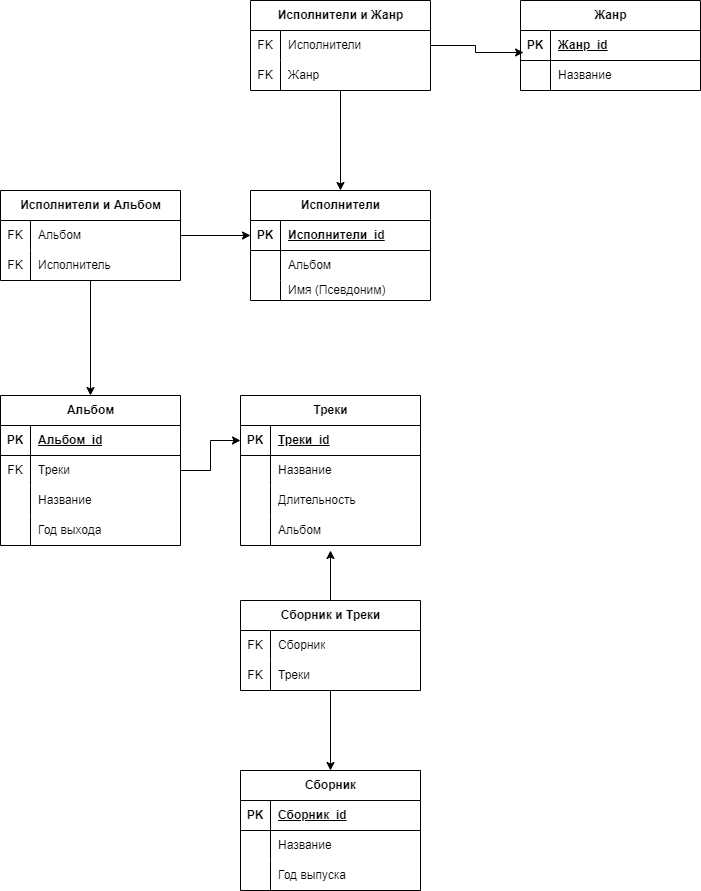
Before: Дз2.png, a diagram exported from draw.io (Alexander362023/DS). Source tidied: cells renumbered, new cells last; positions are measured from the earlier drawing's top-left corner, leaving out a move shared by most shapes.
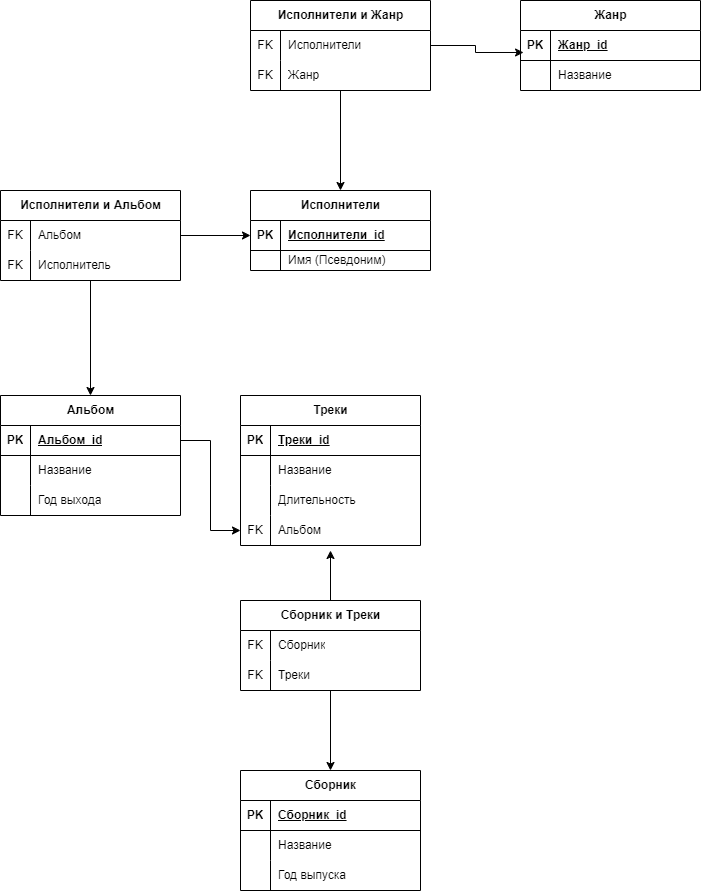
Later version of the same file.

Change to the diagram source:
```diff
@@ -3,7 +3,7 @@
     <mxCell id="0" />
     <mxCell id="1" parent="0" />
     <mxCell id="2" value="Исполнители" style="shape=table;startSize=30;rowLines=0;fontStyle=1;align=center;html=1;" parent="1" vertex="1">
-      <mxGeometry x="250" y="190" width="180" height="110" as="geometry" />
+      <mxGeometry x="250" y="190" width="180" height="80" as="geometry" />
     </mxCell>
     <mxCell id="3" style="shape=tableRow;horizontal=0;startSize=0;swimlaneHead=0;swimlaneBody=0;fillColor=none;points=[[0,0.5],[1,0.5]];portConstraint=eastwest;top=0;left=0;right=0;bottom=1;" parent="2" vertex="1">
       <mxGeometry y="30" width="180" height="30" as="geometry" />
@@ -14,17 +14,8 @@
     <mxCell id="5" value="Исполнители_id" style="shape=partialRectangle;fillColor=none;top=0;left=0;bottom=0;right=0;align=left;spacingLeft=6;fontStyle=5;overflow=hidden;whiteSpace=wrap;html=1;" parent="3" vertex="1">
       <mxGeometry x="30" width="150" height="30" as="geometry" />
     </mxCell>
-    <mxCell id="6" style="shape=tableRow;horizontal=0;startSize=0;swimlaneHead=0;swimlaneBody=0;fillColor=none;top=0;left=0;right=0;bottom=0;" parent="2" vertex="1">
-      <mxGeometry y="60" width="180" height="30" as="geometry" />
-    </mxCell>
-    <mxCell id="7" style="shape=partialRectangle;fillColor=none;top=0;left=0;bottom=0;right=0;overflow=hidden;whiteSpace=wrap;html=1;" parent="6" vertex="1">
-      <mxGeometry width="30" height="30" as="geometry" />
-    </mxCell>
-    <mxCell id="8" value="Альбом" style="shape=partialRectangle;fillColor=none;top=0;left=0;bottom=0;right=0;align=left;spacingLeft=6;overflow=hidden;whiteSpace=wrap;html=1;" parent="6" vertex="1">
-      <mxGeometry x="30" width="150" height="30" as="geometry" />
-    </mxCell>
     <mxCell id="9" style="shape=tableRow;horizontal=0;startSize=0;swimlaneHead=0;swimlaneBody=0;fillColor=none;top=0;left=0;right=0;bottom=0;" parent="2" vertex="1">
-      <mxGeometry y="90" width="180" height="20" as="geometry" />
+      <mxGeometry y="60" width="180" height="20" as="geometry" />
     </mxCell>
     <mxCell id="10" style="shape=partialRectangle;fillColor=none;top=0;left=0;bottom=0;right=0;overflow=hidden;whiteSpace=wrap;html=1;" parent="9" vertex="1">
       <mxGeometry width="30" height="20" as="geometry" />
@@ -105,7 +96,7 @@
       <mxGeometry x="30" width="150" height="30" as="geometry" />
     </mxCell>
     <mxCell id="36" value="Альбом" style="shape=table;startSize=30;rowLines=0;fontStyle=1;align=center;html=1;" parent="1" vertex="1">
-      <mxGeometry y="395" width="180" height="150" as="geometry" />
+      <mxGeometry y="395" width="180" height="120" as="geometry" />
     </mxCell>
     <mxCell id="37" style="shape=tableRow;horizontal=0;startSize=0;swimlaneHead=0;swimlaneBody=0;fillColor=none;points=[[0,0.5],[1,0.5]];portConstraint=eastwest;top=0;left=0;right=0;bottom=1;" parent="36" vertex="1">
       <mxGeometry y="30" width="180" height="30" as="geometry" />
@@ -116,17 +107,8 @@
     <mxCell id="39" value="Альбом_id" style="shape=partialRectangle;fillColor=none;top=0;left=0;bottom=0;right=0;align=left;spacingLeft=6;fontStyle=5;overflow=hidden;whiteSpace=wrap;html=1;" parent="37" vertex="1">
       <mxGeometry x="30" width="150" height="30" as="geometry" />
     </mxCell>
-    <mxCell id="40" style="shape=tableRow;horizontal=0;startSize=0;swimlaneHead=0;swimlaneBody=0;fillColor=none;points=[[0,0.5],[1,0.5]];portConstraint=eastwest;top=0;left=0;right=0;bottom=0;" parent="36" vertex="1">
-      <mxGeometry y="60" width="180" height="30" as="geometry" />
-    </mxCell>
-    <mxCell id="41" value="FK" style="shape=partialRectangle;fillColor=none;top=0;left=0;bottom=0;right=0;overflow=hidden;whiteSpace=wrap;html=1;" parent="40" vertex="1">
-      <mxGeometry width="30" height="30" as="geometry" />
-    </mxCell>
-    <mxCell id="42" value="Треки" style="shape=partialRectangle;fillColor=none;top=0;left=0;bottom=0;right=0;align=left;spacingLeft=6;overflow=hidden;whiteSpace=wrap;html=1;" parent="40" vertex="1">
-      <mxGeometry x="30" width="150" height="30" as="geometry" />
-    </mxCell>
     <mxCell id="43" style="shape=tableRow;horizontal=0;startSize=0;swimlaneHead=0;swimlaneBody=0;fillColor=none;top=0;left=0;right=0;bottom=0;" parent="36" vertex="1">
-      <mxGeometry y="90" width="180" height="30" as="geometry" />
+      <mxGeometry y="60" width="180" height="30" as="geometry" />
     </mxCell>
     <mxCell id="44" style="shape=partialRectangle;fillColor=none;top=0;left=0;bottom=0;right=0;overflow=hidden;whiteSpace=wrap;html=1;" parent="43" vertex="1">
       <mxGeometry width="30" height="30" as="geometry" />
@@ -135,7 +117,7 @@
       <mxGeometry x="30" width="150" height="30" as="geometry" />
     </mxCell>
     <mxCell id="46" style="shape=tableRow;horizontal=0;startSize=0;swimlaneHead=0;swimlaneBody=0;fillColor=none;top=0;left=0;right=0;bottom=0;" parent="36" vertex="1">
-      <mxGeometry y="120" width="180" height="30" as="geometry" />
+      <mxGeometry y="90" width="180" height="30" as="geometry" />
     </mxCell>
     <mxCell id="47" style="shape=partialRectangle;fillColor=none;top=0;left=0;bottom=0;right=0;overflow=hidden;whiteSpace=wrap;html=1;" parent="46" vertex="1">
       <mxGeometry width="30" height="30" as="geometry" />
@@ -179,13 +161,13 @@
     <mxCell id="60" style="shape=tableRow;horizontal=0;startSize=0;swimlaneHead=0;swimlaneBody=0;fillColor=none;points=[[0,0.5],[1,0.5]];portConstraint=eastwest;top=0;left=0;right=0;bottom=0;" parent="50" vertex="1">
       <mxGeometry y="120" width="180" height="30" as="geometry" />
     </mxCell>
-    <mxCell id="61" style="shape=partialRectangle;fillColor=none;top=0;left=0;bottom=0;right=0;overflow=hidden;whiteSpace=wrap;html=1;" parent="60" vertex="1">
+    <mxCell id="61" value="FK" style="shape=partialRectangle;fillColor=none;top=0;left=0;bottom=0;right=0;overflow=hidden;whiteSpace=wrap;html=1;" parent="60" vertex="1">
       <mxGeometry width="30" height="30" as="geometry" />
     </mxCell>
     <mxCell id="62" value="Альбом" style="shape=partialRectangle;fillColor=none;top=0;left=0;bottom=0;right=0;align=left;spacingLeft=6;overflow=hidden;whiteSpace=wrap;html=1;" parent="60" vertex="1">
       <mxGeometry x="30" width="150" height="30" as="geometry" />
     </mxCell>
-    <mxCell id="63" style="edgeStyle=orthogonalEdgeStyle;rounded=0;jettySize=auto;html=1;entryX=0;entryY=0.5;entryDx=0;entryDy=0;" parent="1" edge="1" source="40" target="51">
+    <mxCell id="63" style="edgeStyle=orthogonalEdgeStyle;rounded=0;jettySize=auto;html=1;entryX=0;entryY=0.5;entryDx=0;entryDy=0;" parent="1" edge="1" source="x" target="51">
       <mxGeometry relative="1" as="geometry" />
     </mxCell>
     <mxCell id="64" value="Сборник" style="shape=table;startSize=30;rowLines=0;fontStyle=1;align=center;html=1;" parent="1" vertex="1">
@@ -247,5 +229,8 @@
     <mxCell id="82" value="Треки" style="shape=partialRectangle;fillColor=none;top=0;left=0;bottom=0;right=0;align=left;spacingLeft=6;overflow=hidden;whiteSpace=wrap;html=1;" parent="80" vertex="1">
       <mxGeometry x="30" width="150" height="30" as="geometry" />
     </mxCell>
+    <mxCell id="83" style="edgeStyle=orthogonalEdgeStyle;rounded=0;jettySize=auto;html=1;exitX=1;exitY=0.5;exitDx=0;exitDy=0;entryX=0;entryY=0.5;entryDx=0;entryDy=0;" parent="1" edge="1" source="37" target="60">
+      <mxGeometry relative="1" as="geometry" />
+    </mxCell>
   </root>
 </mxGraphModel>
```
